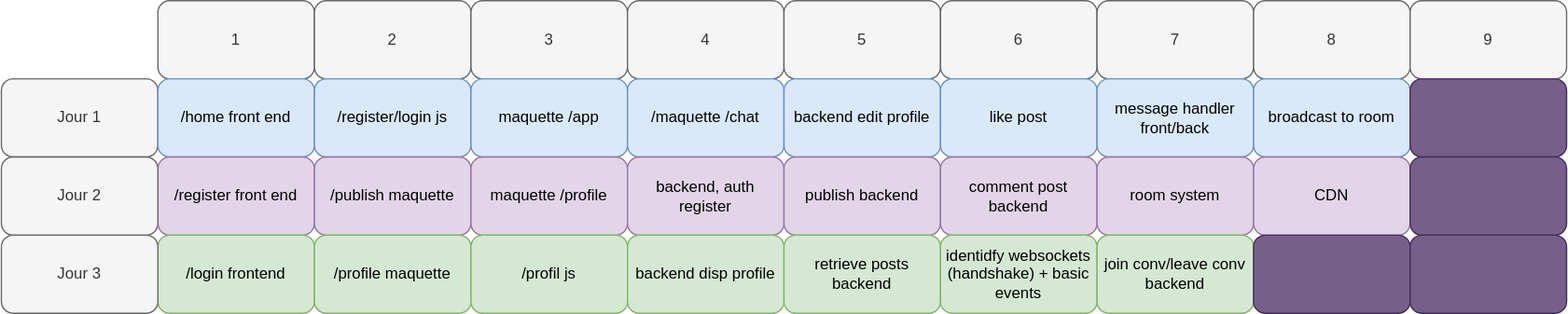
Earlier version of the draw.io export planning.svg (UchatOrg/guideline). Source tidied: cells renumbered, new cells last; positions are measured from the earlier drawing's top-left corner, leaving out a move shared by most shapes.
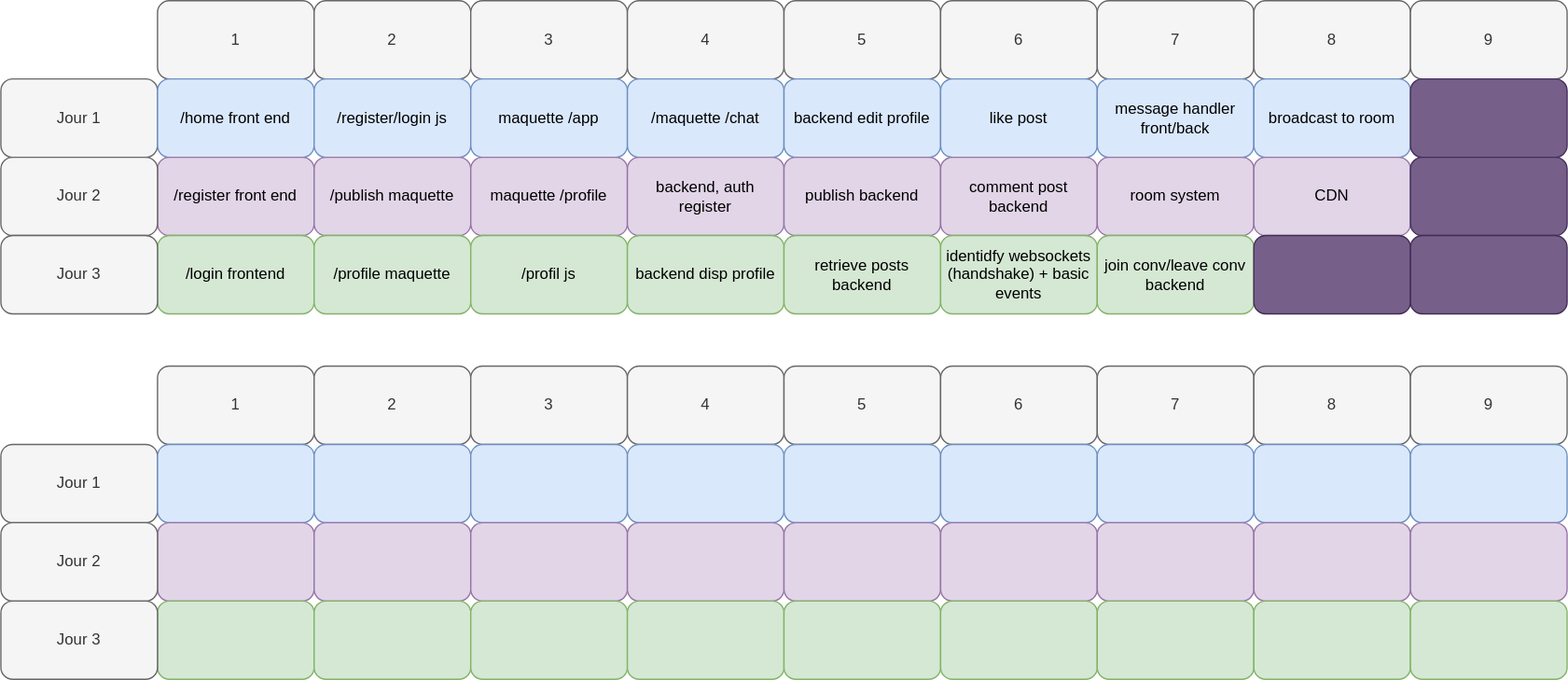
After the change.

Change to the diagram source:
```diff
@@ -119,5 +119,122 @@
     <mxCell id="40" style="rounded=1;whiteSpace=wrap;html=1;fillColor=#76608a;strokeColor=#432D57;fontColor=#ffffff;" parent="1" vertex="1">
       <mxGeometry x="1080" y="180" width="120" height="60" as="geometry" />
     </mxCell>
+    <mxCell id="41" value="1" style="rounded=1;whiteSpace=wrap;html=1;fillColor=#f5f5f5;strokeColor=#666666;fontColor=#333333;" parent="1" vertex="1">
+      <mxGeometry x="120" y="280" width="120" height="60" as="geometry" />
+    </mxCell>
+    <mxCell id="42" value="2" style="rounded=1;whiteSpace=wrap;html=1;fillColor=#f5f5f5;strokeColor=#666666;fontColor=#333333;" parent="1" vertex="1">
+      <mxGeometry x="240" y="280" width="120" height="60" as="geometry" />
+    </mxCell>
+    <mxCell id="43" value="3" style="rounded=1;whiteSpace=wrap;html=1;fillColor=#f5f5f5;strokeColor=#666666;fontColor=#333333;" parent="1" vertex="1">
+      <mxGeometry x="360" y="280" width="120" height="60" as="geometry" />
+    </mxCell>
+    <mxCell id="44" value="4" style="rounded=1;whiteSpace=wrap;html=1;fillColor=#f5f5f5;strokeColor=#666666;fontColor=#333333;" parent="1" vertex="1">
+      <mxGeometry x="480" y="280" width="120" height="60" as="geometry" />
+    </mxCell>
+    <mxCell id="45" value="5" style="rounded=1;whiteSpace=wrap;html=1;fillColor=#f5f5f5;strokeColor=#666666;fontColor=#333333;" parent="1" vertex="1">
+      <mxGeometry x="600" y="280" width="120" height="60" as="geometry" />
+    </mxCell>
+    <mxCell id="46" value="Jour 1" style="rounded=1;whiteSpace=wrap;html=1;fillColor=#f5f5f5;strokeColor=#666666;fontColor=#333333;" parent="1" vertex="1">
+      <mxGeometry y="340" width="120" height="60" as="geometry" />
+    </mxCell>
+    <mxCell id="47" style="rounded=1;whiteSpace=wrap;html=1;fillColor=#dae8fc;strokeColor=#6c8ebf;" parent="1" vertex="1">
+      <mxGeometry x="120" y="340" width="120" height="60" as="geometry" />
+    </mxCell>
+    <mxCell id="48" style="rounded=1;whiteSpace=wrap;html=1;fillColor=#dae8fc;strokeColor=#6c8ebf;" parent="1" vertex="1">
+      <mxGeometry x="240" y="340" width="120" height="60" as="geometry" />
+    </mxCell>
+    <mxCell id="49" style="rounded=1;whiteSpace=wrap;html=1;fillColor=#dae8fc;strokeColor=#6c8ebf;" parent="1" vertex="1">
+      <mxGeometry x="360" y="340" width="120" height="60" as="geometry" />
+    </mxCell>
+    <mxCell id="50" style="rounded=1;whiteSpace=wrap;html=1;fillColor=#dae8fc;strokeColor=#6c8ebf;" parent="1" vertex="1">
+      <mxGeometry x="480" y="340" width="120" height="60" as="geometry" />
+    </mxCell>
+    <mxCell id="51" style="rounded=1;whiteSpace=wrap;html=1;fillColor=#e1d5e7;strokeColor=#9673a6;" parent="1" vertex="1">
+      <mxGeometry x="120" y="400" width="120" height="60" as="geometry" />
+    </mxCell>
+    <mxCell id="52" style="rounded=1;whiteSpace=wrap;html=1;fillColor=#e1d5e7;strokeColor=#9673a6;" parent="1" vertex="1">
+      <mxGeometry x="240" y="400" width="120" height="60" as="geometry" />
+    </mxCell>
+    <mxCell id="53" style="rounded=1;whiteSpace=wrap;html=1;fillColor=#d5e8d4;strokeColor=#82b366;" parent="1" vertex="1">
+      <mxGeometry x="120" y="460" width="120" height="60" as="geometry" />
+    </mxCell>
+    <mxCell id="54" style="rounded=1;whiteSpace=wrap;html=1;fillColor=#d5e8d4;strokeColor=#82b366;" parent="1" vertex="1">
+      <mxGeometry x="240" y="460" width="120" height="60" as="geometry" />
+    </mxCell>
+    <mxCell id="55" style="rounded=1;whiteSpace=wrap;html=1;fillColor=#dae8fc;strokeColor=#6c8ebf;" parent="1" vertex="1">
+      <mxGeometry x="600" y="340" width="120" height="60" as="geometry" />
+    </mxCell>
+    <mxCell id="56" value="Jour 2" style="rounded=1;whiteSpace=wrap;html=1;fillColor=#f5f5f5;strokeColor=#666666;fontColor=#333333;" parent="1" vertex="1">
+      <mxGeometry y="400" width="120" height="60" as="geometry" />
+    </mxCell>
+    <mxCell id="57" style="rounded=1;whiteSpace=wrap;html=1;fillColor=#e1d5e7;strokeColor=#9673a6;" parent="1" vertex="1">
+      <mxGeometry x="360" y="400" width="120" height="60" as="geometry" />
+    </mxCell>
+    <mxCell id="58" style="rounded=1;whiteSpace=wrap;html=1;fillColor=#e1d5e7;strokeColor=#9673a6;" parent="1" vertex="1">
+      <mxGeometry x="480" y="400" width="120" height="60" as="geometry" />
+    </mxCell>
+    <mxCell id="59" style="rounded=1;whiteSpace=wrap;html=1;fillColor=#e1d5e7;strokeColor=#9673a6;" parent="1" vertex="1">
+      <mxGeometry x="600" y="400" width="120" height="60" as="geometry" />
+    </mxCell>
+    <mxCell id="60" style="rounded=1;whiteSpace=wrap;html=1;fillColor=#d5e8d4;strokeColor=#82b366;" parent="1" vertex="1">
+      <mxGeometry x="360" y="460" width="120" height="60" as="geometry" />
+    </mxCell>
+    <mxCell id="61" style="rounded=1;whiteSpace=wrap;html=1;fillColor=#d5e8d4;strokeColor=#82b366;" parent="1" vertex="1">
+      <mxGeometry x="480" y="460" width="120" height="60" as="geometry" />
+    </mxCell>
+    <mxCell id="62" style="rounded=1;whiteSpace=wrap;html=1;fillColor=#d5e8d4;strokeColor=#82b366;" parent="1" vertex="1">
+      <mxGeometry x="600" y="460" width="120" height="60" as="geometry" />
+    </mxCell>
+    <mxCell id="63" value="Jour 3" style="rounded=1;whiteSpace=wrap;html=1;fillColor=#f5f5f5;strokeColor=#666666;fontColor=#333333;" parent="1" vertex="1">
+      <mxGeometry y="460" width="120" height="60" as="geometry" />
+    </mxCell>
+    <mxCell id="64" value="6" style="rounded=1;whiteSpace=wrap;html=1;fillColor=#f5f5f5;strokeColor=#666666;fontColor=#333333;" parent="1" vertex="1">
+      <mxGeometry x="720" y="280" width="120" height="60" as="geometry" />
+    </mxCell>
+    <mxCell id="65" style="rounded=1;whiteSpace=wrap;html=1;fillColor=#dae8fc;strokeColor=#6c8ebf;" parent="1" vertex="1">
+      <mxGeometry x="720" y="340" width="120" height="60" as="geometry" />
+    </mxCell>
+    <mxCell id="66" style="rounded=1;whiteSpace=wrap;html=1;fillColor=#e1d5e7;strokeColor=#9673a6;" parent="1" vertex="1">
+      <mxGeometry x="720" y="400" width="120" height="60" as="geometry" />
+    </mxCell>
+    <mxCell id="67" style="rounded=1;whiteSpace=wrap;html=1;fillColor=#d5e8d4;strokeColor=#82b366;" parent="1" vertex="1">
+      <mxGeometry x="720" y="460" width="120" height="60" as="geometry" />
+    </mxCell>
+    <mxCell id="68" value="7" style="rounded=1;whiteSpace=wrap;html=1;fillColor=#f5f5f5;strokeColor=#666666;fontColor=#333333;" parent="1" vertex="1">
+      <mxGeometry x="840" y="280" width="120" height="60" as="geometry" />
+    </mxCell>
+    <mxCell id="69" value="8" style="rounded=1;whiteSpace=wrap;html=1;fillColor=#f5f5f5;strokeColor=#666666;fontColor=#333333;" parent="1" vertex="1">
+      <mxGeometry x="960" y="280" width="120" height="60" as="geometry" />
+    </mxCell>
+    <mxCell id="70" style="rounded=1;whiteSpace=wrap;html=1;strokeColor=#6c8ebf;fillColor=#dae8fc;" parent="1" vertex="1">
+      <mxGeometry x="840" y="340" width="120" height="60" as="geometry" />
+    </mxCell>
+    <mxCell id="71" style="rounded=1;whiteSpace=wrap;html=1;strokeColor=#6c8ebf;fillColor=#dae8fc;" parent="1" vertex="1">
+      <mxGeometry x="960" y="340" width="120" height="60" as="geometry" />
+    </mxCell>
+    <mxCell id="72" style="rounded=1;whiteSpace=wrap;html=1;fillColor=#e1d5e7;strokeColor=#9673a6;" parent="1" vertex="1">
+      <mxGeometry x="840" y="400" width="120" height="60" as="geometry" />
+    </mxCell>
+    <mxCell id="73" style="rounded=1;whiteSpace=wrap;html=1;fillColor=#e1d5e7;strokeColor=#9673a6;" parent="1" vertex="1">
+      <mxGeometry x="960" y="400" width="120" height="60" as="geometry" />
+    </mxCell>
+    <mxCell id="74" style="rounded=1;whiteSpace=wrap;html=1;fillColor=#d5e8d4;strokeColor=#82b366;" parent="1" vertex="1">
+      <mxGeometry x="840" y="460" width="120" height="60" as="geometry" />
+    </mxCell>
+    <mxCell id="75" style="rounded=1;whiteSpace=wrap;html=1;fillColor=#d5e8d4;strokeColor=#82b366;" parent="1" vertex="1">
+      <mxGeometry x="960" y="460" width="120" height="60" as="geometry" />
+    </mxCell>
+    <mxCell id="76" value="9" style="rounded=1;whiteSpace=wrap;html=1;fillColor=#f5f5f5;strokeColor=#666666;fontColor=#333333;" parent="1" vertex="1">
+      <mxGeometry x="1080" y="280" width="120" height="60" as="geometry" />
+    </mxCell>
+    <mxCell id="77" style="rounded=1;whiteSpace=wrap;html=1;strokeColor=#6c8ebf;fillColor=#dae8fc;" parent="1" vertex="1">
+      <mxGeometry x="1080" y="340" width="120" height="60" as="geometry" />
+    </mxCell>
+    <mxCell id="78" style="rounded=1;whiteSpace=wrap;html=1;fillColor=#e1d5e7;strokeColor=#9673a6;" parent="1" vertex="1">
+      <mxGeometry x="1080" y="400" width="120" height="60" as="geometry" />
+    </mxCell>
+    <mxCell id="79" style="rounded=1;whiteSpace=wrap;html=1;fillColor=#d5e8d4;strokeColor=#82b366;" parent="1" vertex="1">
+      <mxGeometry x="1080" y="460" width="120" height="60" as="geometry" />
+    </mxCell>
   </root>
 </mxGraphModel>
```
